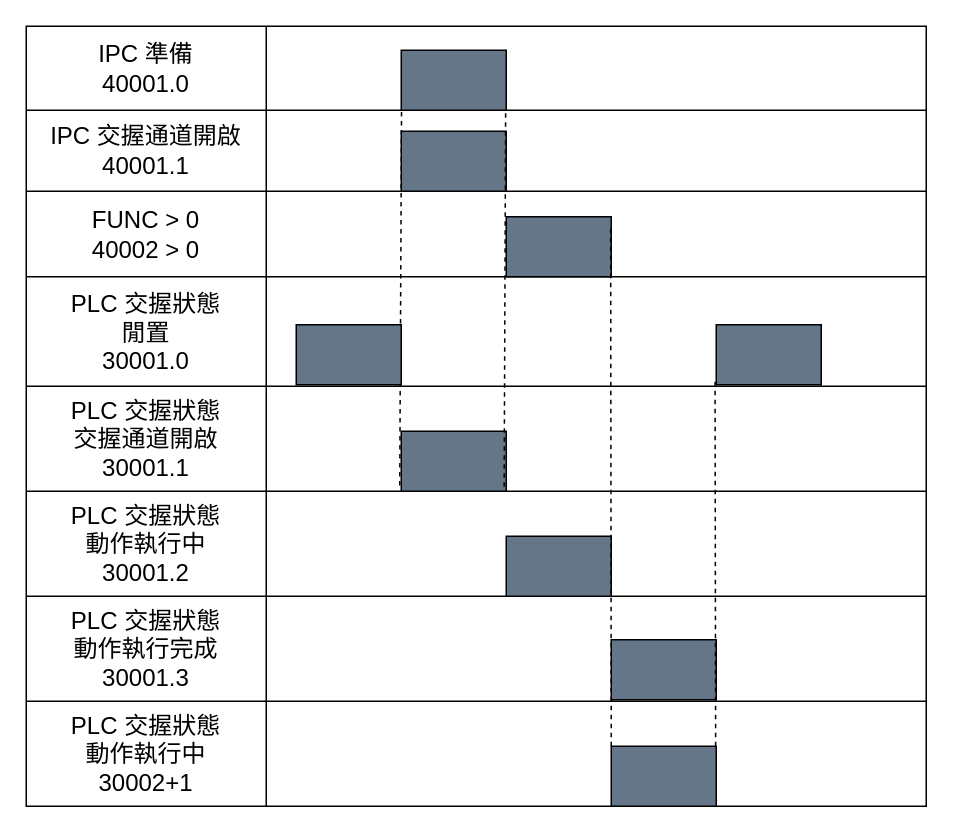
This is 交握時序圖.drawio from ChiangRyan/process-diagram, a draw.io file, before an edit. Source tidied: cells renumbered, new cells numbered last; positions are measured from the earlier drawing's top-left corner, leaving out a move shared by most shapes. Both pictures are drawn from the tidied source at 150%, with x=0, y=0 at pixel (26, 26).
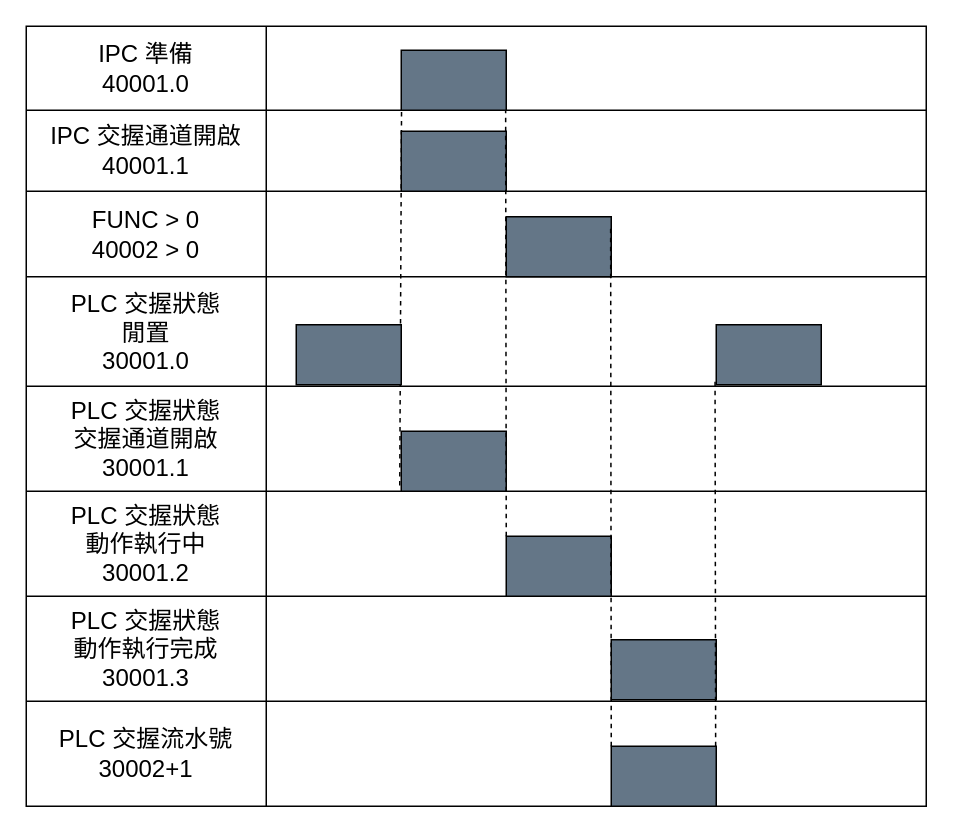
The same page after the edit.

Commit message:
更新交握時序圖.drawio

The change refers to these unchanged cells:
```xml
<mxCell id="24" style="shape=tableRow;horizontal=0;startSize=0;swimlaneHead=0;swimlaneBody=0;strokeColor=inherit;top=0;left=0;bottom=0;right=0;fillColor=none;fontSize=16;" parent="2" vertex="1">
  <mxGeometry y="450" width="600" height="70" as="geometry" />
</mxCell>
<mxCell id="32" style="rounded=0;whiteSpace=wrap;html=1;fillColor=#647687;fontColor=#ffffff;strokeColor=default;gradientColor=none;" parent="1" vertex="1">
  <mxGeometry x="320" y="340" width="70" height="40" as="geometry" />
</mxCell>
```

Change to the diagram source:
```diff
@@
-    <mxCell id="25" value="PLC 交握狀態&lt;div&gt;動作執行中&lt;/div&gt;&lt;div&gt;30002+1&lt;/div&gt;" style="shape=partialRectangle;html=1;whiteSpace=wrap;strokeColor=inherit;overflow=hidden;fillColor=none;top=0;left=0;bottom=0;right=0;fontSize=16;" parent="24" vertex="1">
+    <mxCell id="25" value="PLC 交握流水號&lt;div&gt;30002+1&lt;/div&gt;" style="shape=partialRectangle;html=1;whiteSpace=wrap;strokeColor=inherit;overflow=hidden;fillColor=none;top=0;left=0;bottom=0;right=0;fontSize=16;" parent="24" vertex="1">
       <mxGeometry width="160" height="70" as="geometry" />
     </mxCell>
@@
-    <mxCell id="37" style="endArrow=none;dashed=1;html=1;rounded=0;entryX=0.417;entryY=-0.013;entryDx=0;entryDy=0;entryPerimeter=0;exitX=0.415;exitY=-0.055;exitDx=0;exitDy=0;exitPerimeter=0;" parent="1" edge="1">
+    <mxCell id="37" style="endArrow=none;dashed=1;html=1;rounded=0;entryX=0.417;entryY=-0.013;entryDx=0;entryDy=0;entryPerimeter=0;exitX=0;exitY=0;exitDx=0;exitDy=0;" parent="1" edge="1" source="32">
       <mxGeometry relative="1" as="geometry">
-        <mxPoint x="318.6" y="307" as="sourcePoint" />
         <mxPoint x="319.6" y="56" as="targetPoint" />
       </mxGeometry>
     </mxCell>
```
